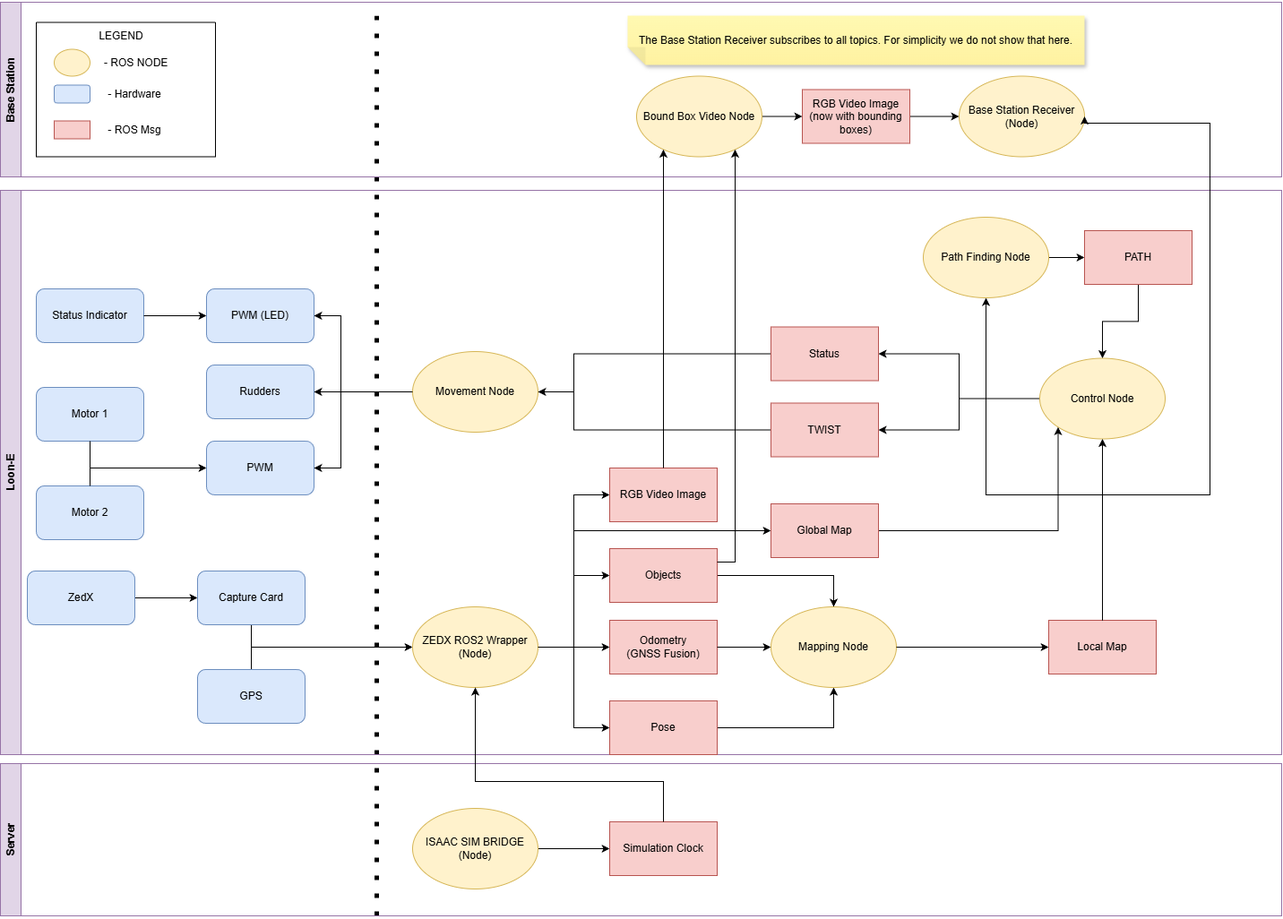
TheFujirose/Loon-E-Guidebook keeps this draw.io diagram as images/software-architecture.png. Above is the earlier version. Source tidied: cells renumbered, new cells last; positions are measured from the earlier drawing's top-left corner, leaving out a move shared by most shapes.
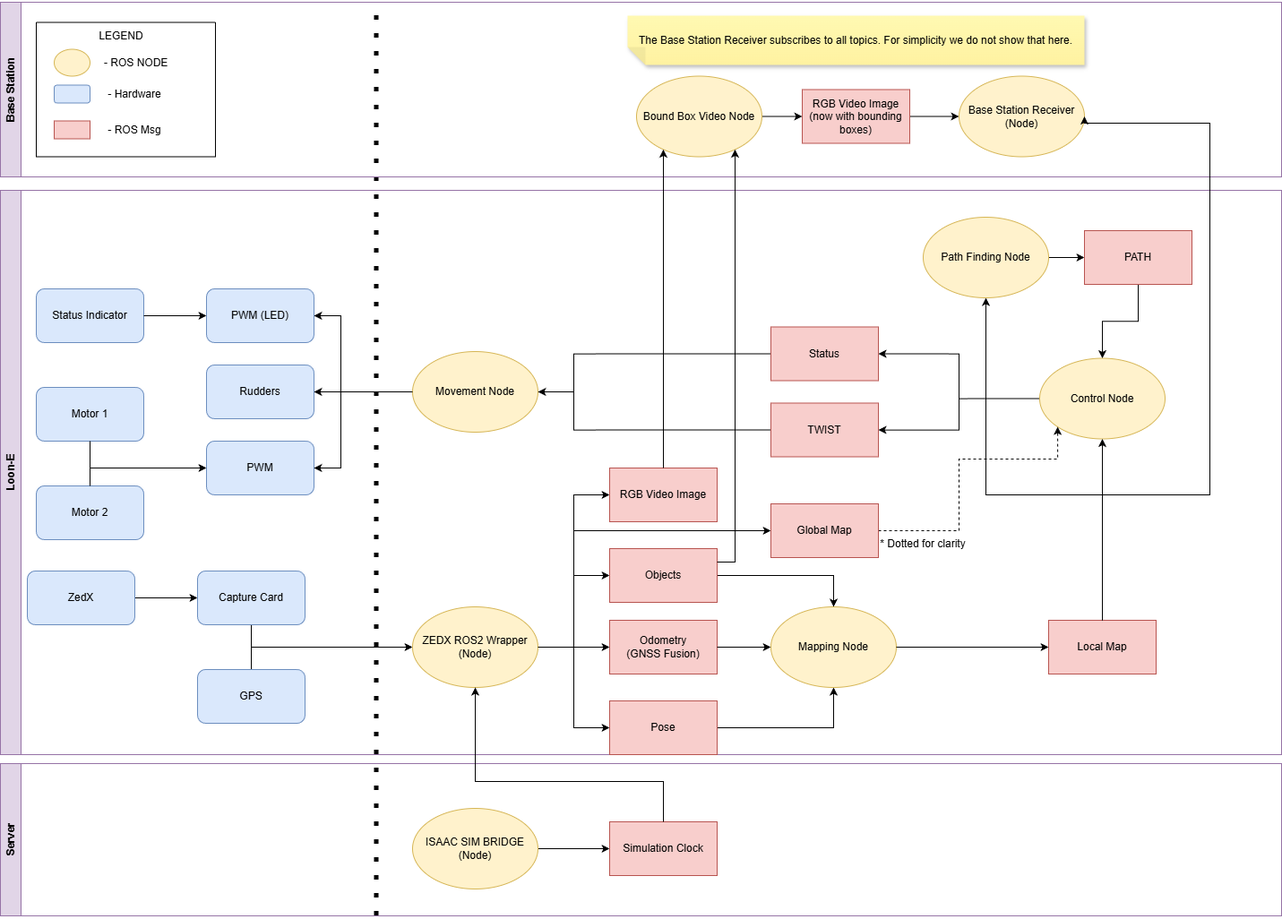
After the commit.

Commit message:
Fix Software Diagrams to better match implementation

- DFD1.1 now has been updated to include the changes to base station
- DFD2 now better matches the requirements
- Architecture diagram was missing some connections
- Architecture diagram now has a dotted line from Global Map msg to Control Node to prevent confusion with crossing lines

What changed in the source:
```diff
@@ -199,12 +199,21 @@
     <mxCell id="51" value="Objects" style="rounded=0;whiteSpace=wrap;html=1;fillColor=#f8cecc;strokeColor=#b85450;" parent="3" vertex="1">
       <mxGeometry x="680" y="400" width="120" height="60" as="geometry" />
     </mxCell>
-    <mxCell id="52" style="edgeStyle=orthogonalEdgeStyle;rounded=0;jettySize=auto;html=1;exitX=1;exitY=0.5;exitDx=0;exitDy=0;entryX=0;entryY=1;entryDx=0;entryDy=0;" parent="3" edge="1" source="53" target="12">
-      <mxGeometry relative="1" as="geometry" />
+    <mxCell id="52" style="edgeStyle=orthogonalEdgeStyle;rounded=0;jettySize=auto;html=1;exitX=1;exitY=0.5;exitDx=0;exitDy=0;entryX=0;entryY=1;entryDx=0;entryDy=0;dashed=1;" parent="3" edge="1" source="53" target="12">
+      <mxGeometry relative="1" as="geometry">
+        <Array as="points">
+          <mxPoint x="1070" y="380" />
+          <mxPoint x="1070" y="300" />
+          <mxPoint x="1180" y="300" />
+        </Array>
+      </mxGeometry>
     </mxCell>
     <mxCell id="53" value="Global Map" style="rounded=0;whiteSpace=wrap;html=1;fillColor=#f8cecc;strokeColor=#b85450;" parent="3" vertex="1">
       <mxGeometry x="860" y="350" width="120" height="60" as="geometry" />
     </mxCell>
+    <mxCell id="77" value="* Dotted for clarity" style="text;html=1;whiteSpace=wrap;strokeColor=none;fillColor=none;align=center;verticalAlign=middle;rounded=0;" parent="3" vertex="1">
+      <mxGeometry x="980" y="380" width="100" height="30" as="geometry" />
+    </mxCell>
     <mxCell id="54" value="Base Station" style="swimlane;horizontal=0;whiteSpace=wrap;html=1;fillColor=#e1d5e7;strokeColor=#9673a6;" parent="1" vertex="1">
       <mxGeometry width="1430" height="195" as="geometry" />
     </mxCell>
```
